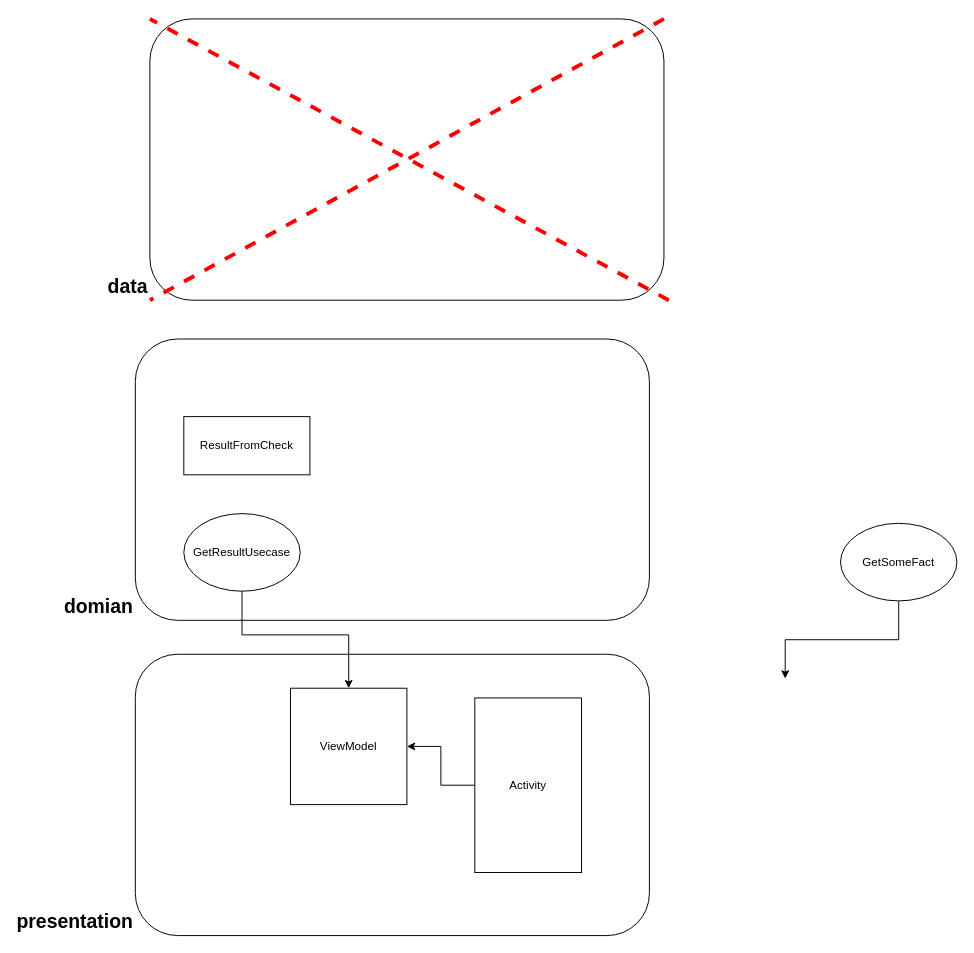
akhmetovdaniyar/simpleNumber keeps this draw.io diagram as simple_numer.drawio. Above is the earlier version. Source tidied: cells renumbered, new cells numbered last; positions are measured from the earlier drawing's top-left corner, leaving out a move shared by most shapes. Both pictures are drawn from the tidied source at 97%, with x=0, y=0 at pixel (135, 18).
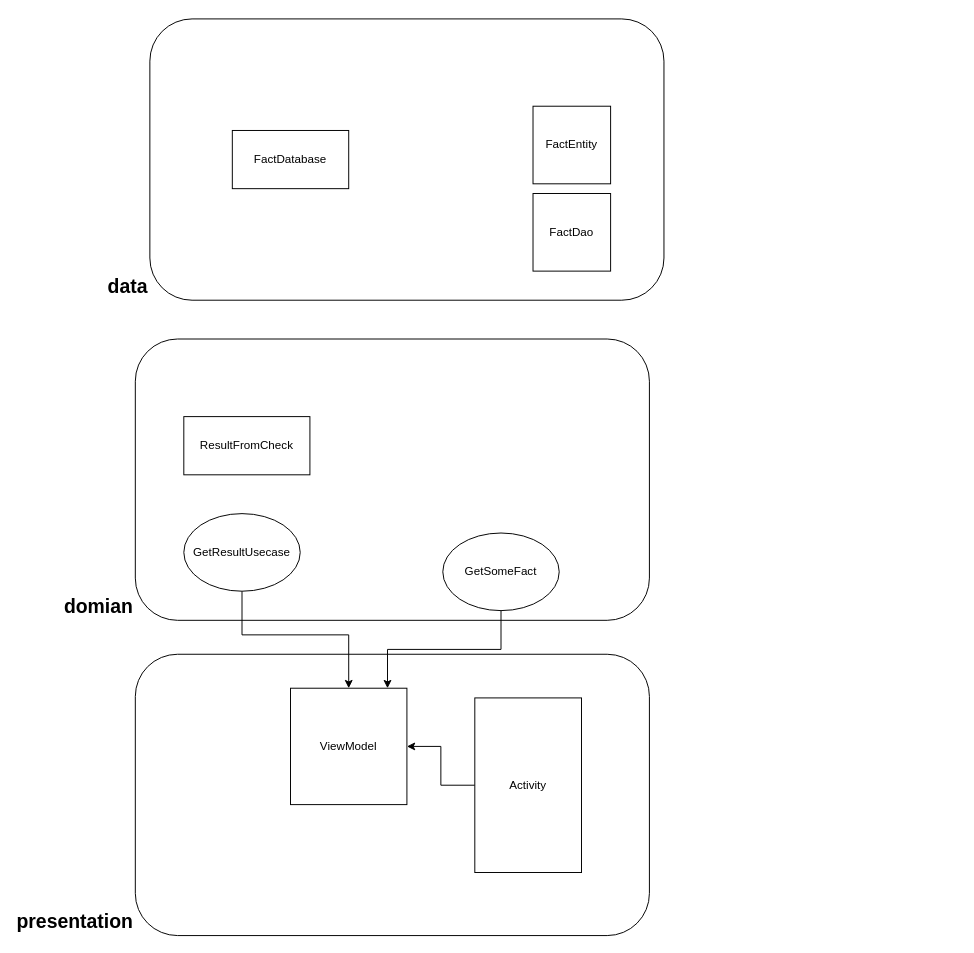
After the change.

What changed in the source:
```diff
@@
 <mxGraphModel>
   <root>
     <mxCell id="0" />
     <mxCell id="1" parent="0" />
     <mxCell id="2" value="domian" style="rounded=1;whiteSpace=wrap;html=1;labelBackgroundColor=default;labelBorderColor=none;fontSize=20;fontColor=default;labelPosition=left;verticalLabelPosition=middle;align=right;verticalAlign=bottom;horizontal=1;fontStyle=1;" parent="1" vertex="1">
       <mxGeometry y="330" width="530" height="290" as="geometry" />
     </mxCell>
     <mxCell id="3" value="presentation" style="rounded=1;whiteSpace=wrap;html=1;labelBackgroundColor=default;labelBorderColor=none;fontSize=20;fontColor=default;labelPosition=left;verticalLabelPosition=middle;align=right;verticalAlign=bottom;horizontal=1;fontStyle=1;" parent="1" vertex="1">
       <mxGeometry y="655" width="530" height="290" as="geometry" />
     </mxCell>
     <mxCell id="4" style="edgeStyle=orthogonalEdgeStyle;rounded=0;jettySize=auto;html=1;exitX=0.5;exitY=1;exitDx=0;exitDy=0;" parent="1" edge="1" source="5" target="14">
       <mxGeometry relative="1" as="geometry">
         <Array as="points">
           <mxPoint x="110" y="635" />
           <mxPoint x="220" y="635" />
         </Array>
       </mxGeometry>
     </mxCell>
     <mxCell id="5" value="GetResultUsecase" style="ellipse;whiteSpace=wrap;html=1;" parent="1" vertex="1">
       <mxGeometry x="50" y="510" width="120" height="80" as="geometry" />
     </mxCell>
     <mxCell id="6" style="edgeStyle=orthogonalEdgeStyle;rounded=0;jettySize=auto;html=1;" parent="1" edge="1" source="7" target="14">
       <mxGeometry relative="1" as="geometry" />
     </mxCell>
     <mxCell id="7" value="Activity" style="rounded=0;whiteSpace=wrap;html=1;fontStyle=0;" parent="1" vertex="1">
       <mxGeometry x="350" y="700" width="110" height="180" as="geometry" />
     </mxCell>
     <mxCell id="8" value="data" style="rounded=1;whiteSpace=wrap;html=1;labelBackgroundColor=default;labelBorderColor=none;fontSize=20;fontColor=default;labelPosition=left;verticalLabelPosition=middle;align=right;verticalAlign=bottom;horizontal=1;fontStyle=1;strokeWidth=1;" parent="1" vertex="1">
       <mxGeometry x="15" width="530" height="290" as="geometry" />
     </mxCell>
     <mxCell id="9" value="ResultFromCheck" style="rounded=0;whiteSpace=wrap;html=1;" parent="1" vertex="1">
       <mxGeometry x="50" y="410" width="130" height="60" as="geometry" />
     </mxCell>
-    <mxCell id="10" style="endArrow=none;dashed=1;html=1;rounded=0;entryX=0;entryY=0;entryDx=0;entryDy=0;fillColor=#e51400;strokeColor=#FF0000;strokeWidth=4;" parent="1" edge="1" target="8">
-      <mxGeometry relative="1" as="geometry">
-        <mxPoint x="550" y="290" as="sourcePoint" />
-      </mxGeometry>
-    </mxCell>
-    <mxCell id="11" style="endArrow=none;dashed=1;html=1;rounded=0;entryX=0;entryY=1;entryDx=0;entryDy=0;fillColor=#e51400;strokeColor=#FF0000;strokeWidth=4;exitX=1;exitY=0;exitDx=0;exitDy=0;" parent="1" edge="1" source="8" target="8">
-      <mxGeometry relative="1" as="geometry" />
-    </mxCell>
     <mxCell id="12" style="edgeStyle=orthogonalEdgeStyle;rounded=0;jettySize=auto;html=1;entryX=0.75;entryY=0;entryDx=0;entryDy=0;" parent="1" edge="1" source="13">
       <mxGeometry relative="1" as="geometry">
-        <mxPoint x="670" y="680" as="targetPoint" />
+        <mxPoint x="260" y="690" as="targetPoint" />
         <Array as="points">
-          <mxPoint x="787" y="640" />
-          <mxPoint x="670" y="640" />
+          <mxPoint x="377" y="650" />
+          <mxPoint x="260" y="650" />
         </Array>
       </mxGeometry>
     </mxCell>
     <mxCell id="13" value="GetSomeFact" style="ellipse;whiteSpace=wrap;html=1;" parent="1" vertex="1">
-      <mxGeometry x="727" y="520" width="120" height="80" as="geometry" />
+      <mxGeometry x="317" y="530" width="120" height="80" as="geometry" />
     </mxCell>
     <mxCell id="14" value="ViewModel" style="whiteSpace=wrap;html=1;" parent="1" vertex="1">
       <mxGeometry x="160" y="690" width="120" height="120" as="geometry" />
     </mxCell>
+    <mxCell id="15" value="FactDatabase" style="rounded=0;whiteSpace=wrap;html=1;" parent="1" vertex="1">
+      <mxGeometry x="100" y="115" width="120" height="60" as="geometry" />
+    </mxCell>
+    <mxCell id="16" value="FactDao" style="whiteSpace=wrap;html=1;" parent="1" vertex="1">
+      <mxGeometry x="410" y="180" width="80" height="80" as="geometry" />
+    </mxCell>
+    <mxCell id="17" value="FactEntity" style="whiteSpace=wrap;html=1;" parent="1" vertex="1">
+      <mxGeometry x="410" y="90" width="80" height="80" as="geometry" />
+    </mxCell>
   </root>
 </mxGraphModel>
```
